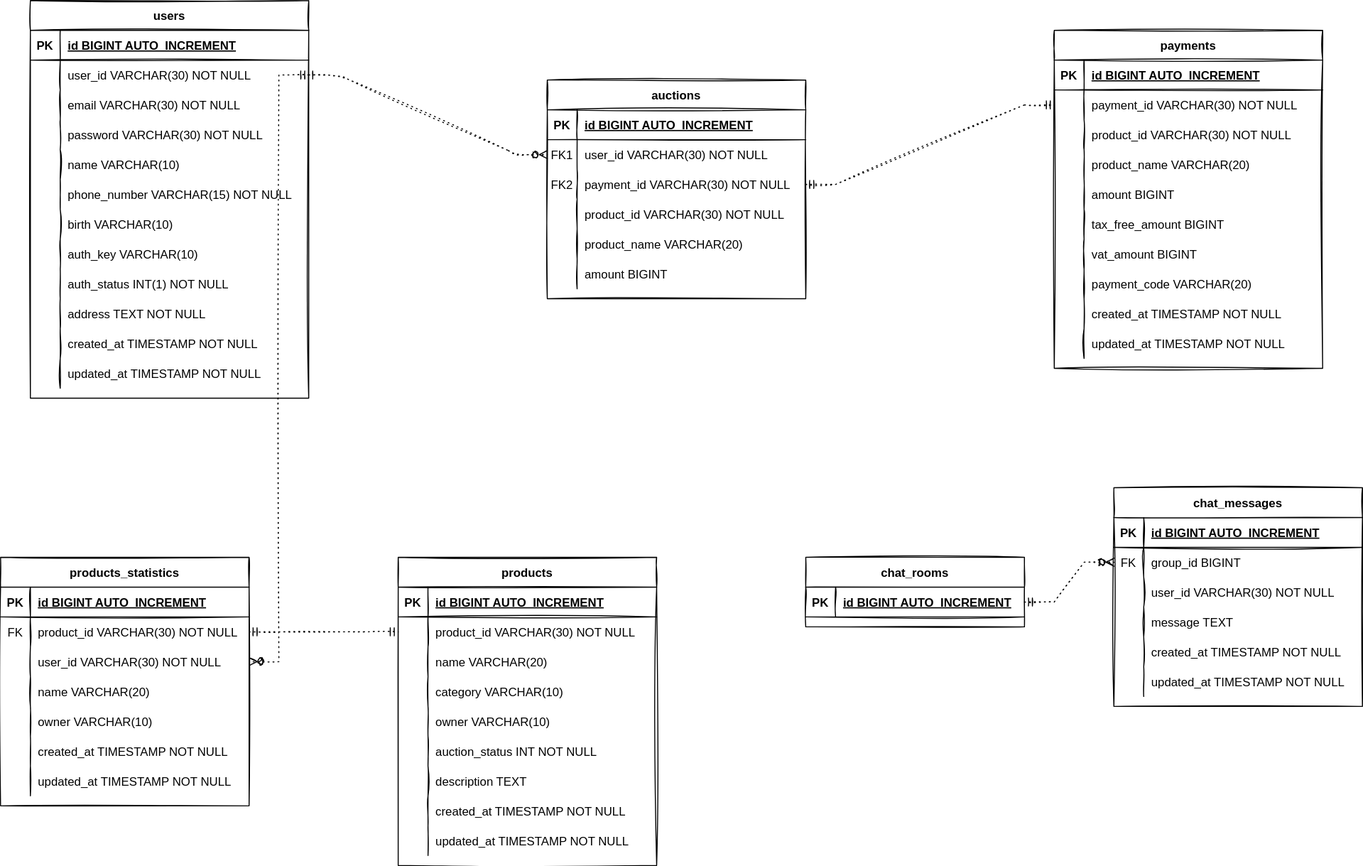
Before: sago_database_schema.drawio.svg, a diagram exported from draw.io (AnneMayor/TestRepository). Source tidied: cells renumbered, new cells last; positions are measured from the earlier drawing's top-left corner, leaving out a move shared by most shapes.
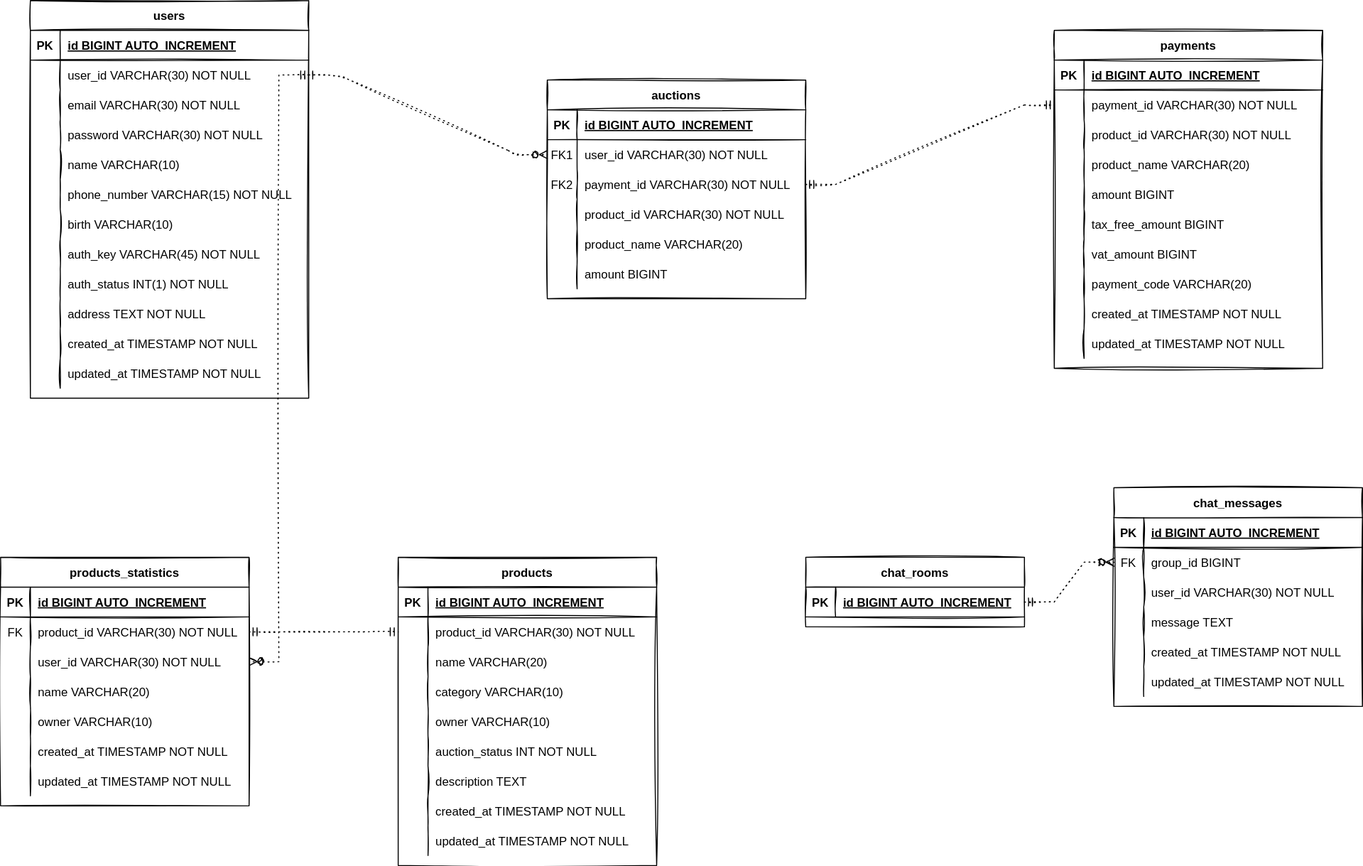
Above is the later version.

Diff of the diagram source:
```diff
@@ -227,7 +227,7 @@
     <mxCell id="76" style="shape=partialRectangle;overflow=hidden;fillColor=none;top=0;left=0;bottom=0;right=0;sketch=1;" parent="75" vertex="1">
       <mxGeometry width="30" height="30" as="geometry" />
     </mxCell>
-    <mxCell id="77" value="auth_key VARCHAR(10)" style="shape=partialRectangle;overflow=hidden;fillColor=none;top=0;left=0;bottom=0;right=0;align=left;spacingLeft=6;sketch=1;" parent="75" vertex="1">
+    <mxCell id="77" value="auth_key VARCHAR(45) NOT NULL" style="shape=partialRectangle;overflow=hidden;fillColor=none;top=0;left=0;bottom=0;right=0;align=left;spacingLeft=6;sketch=1;" parent="75" vertex="1">
       <mxGeometry x="30" width="250" height="30" as="geometry" />
     </mxCell>
     <mxCell id="78" style="shape=partialRectangle;fillColor=none;top=0;left=0;right=0;bottom=0;sketch=1;" parent="53" vertex="1">
```
